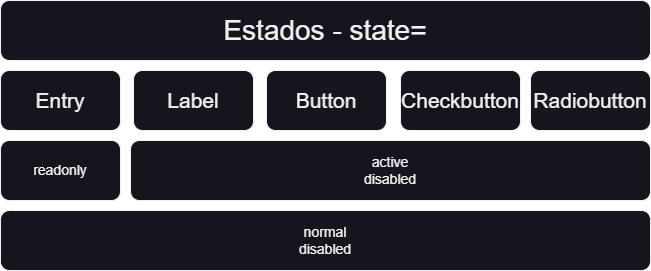
Above: SEPE_Python_Avanzado_PUE/Tema 3 - PCPP1/Apuntes_diagramas/diagramas/tkinter/Estados de widgets.png in NaveganteGithub/EstudiosPython (draw.io), before the change. Source tidied: cells renumbered, new cells last; positions are measured from the earlier drawing's top-left corner, leaving out a move shared by most shapes. Source of this version:
```xml
<mxGraphModel>
  <root>
    <mxCell id="0" />
    <mxCell id="1" parent="0" />
    <mxCell id="2" value="Estados - state=" style="rounded=1;whiteSpace=wrap;html=1;fontSize=28;" parent="1" vertex="1">
      <mxGeometry width="650" height="60" as="geometry" />
    </mxCell>
    <mxCell id="3" value="Entry" style="rounded=1;whiteSpace=wrap;html=1;fontSize=21;" parent="1" vertex="1">
      <mxGeometry y="70" width="120" height="60" as="geometry" />
    </mxCell>
    <mxCell id="4" value="Label" style="rounded=1;whiteSpace=wrap;html=1;fontSize=21;" parent="1" vertex="1">
      <mxGeometry x="133" y="70" width="120" height="60" as="geometry" />
    </mxCell>
    <mxCell id="5" value="Button" style="rounded=1;whiteSpace=wrap;html=1;fontSize=21;" parent="1" vertex="1">
      <mxGeometry x="266" y="70" width="120" height="60" as="geometry" />
    </mxCell>
    <mxCell id="6" value="active&lt;br style=&quot;font-size: 14px;&quot;&gt;disabled" style="rounded=1;whiteSpace=wrap;html=1;fontSize=14;" parent="1" vertex="1">
      <mxGeometry x="130" y="140" width="520" height="60" as="geometry" />
    </mxCell>
    <mxCell id="7" value="readonly" style="rounded=1;whiteSpace=wrap;html=1;fontSize=14;" parent="1" vertex="1">
      <mxGeometry y="140" width="120" height="60" as="geometry" />
    </mxCell>
    <mxCell id="8" value="normal&lt;br&gt;disabled" style="rounded=1;whiteSpace=wrap;html=1;fontSize=14;" parent="1" vertex="1">
      <mxGeometry y="210" width="650" height="60" as="geometry" />
    </mxCell>
    <mxCell id="9" value="Checkbutton" style="rounded=1;whiteSpace=wrap;html=1;fontSize=21;" parent="1" vertex="1">
      <mxGeometry x="400" y="70" width="120" height="60" as="geometry" />
    </mxCell>
    <mxCell id="10" value="Radiobutton" style="rounded=1;whiteSpace=wrap;html=1;fontSize=21;" parent="1" vertex="1">
      <mxGeometry x="530" y="70" width="120" height="60" as="geometry" />
    </mxCell>
  </root>
</mxGraphModel>
```
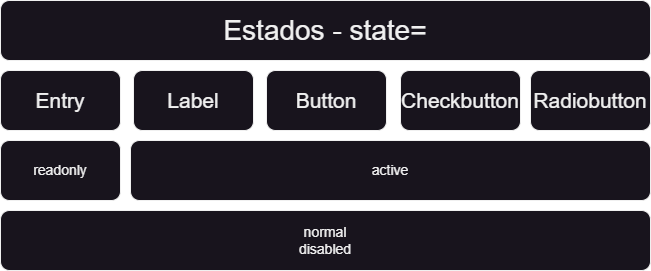
Above is the later version.

Diff of the diagram source:
```diff
@@ -14,7 +14,7 @@
     <mxCell id="5" value="Button" style="rounded=1;whiteSpace=wrap;html=1;fontSize=21;" parent="1" vertex="1">
       <mxGeometry x="266" y="70" width="120" height="60" as="geometry" />
     </mxCell>
-    <mxCell id="6" value="active&lt;br style=&quot;font-size: 14px;&quot;&gt;disabled" style="rounded=1;whiteSpace=wrap;html=1;fontSize=14;" parent="1" vertex="1">
+    <mxCell id="6" value="active" style="rounded=1;whiteSpace=wrap;html=1;fontSize=14;" parent="1" vertex="1">
       <mxGeometry x="130" y="140" width="520" height="60" as="geometry" />
     </mxCell>
     <mxCell id="7" value="readonly" style="rounded=1;whiteSpace=wrap;html=1;fontSize=14;" parent="1" vertex="1">
```
